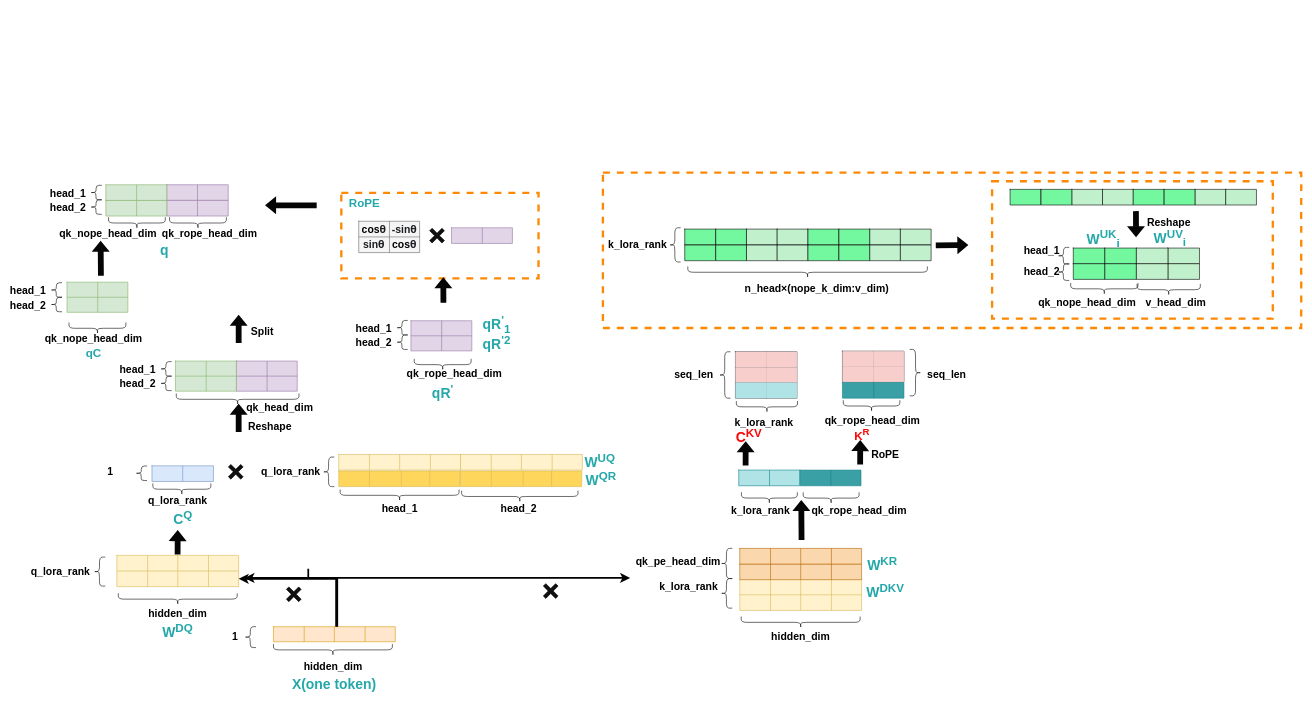
zty-king/zty-king keeps this draw.io diagram as drawio_images/MLA.drawio. Above is the earlier version. Source tidied: cells renumbered, new cells numbered last; positions are measured from the earlier drawing's top-left corner, leaving out a move shared by most shapes. Both pictures are drawn from the tidied source at 58%, with x=0, y=0 at pixel (10, 152).
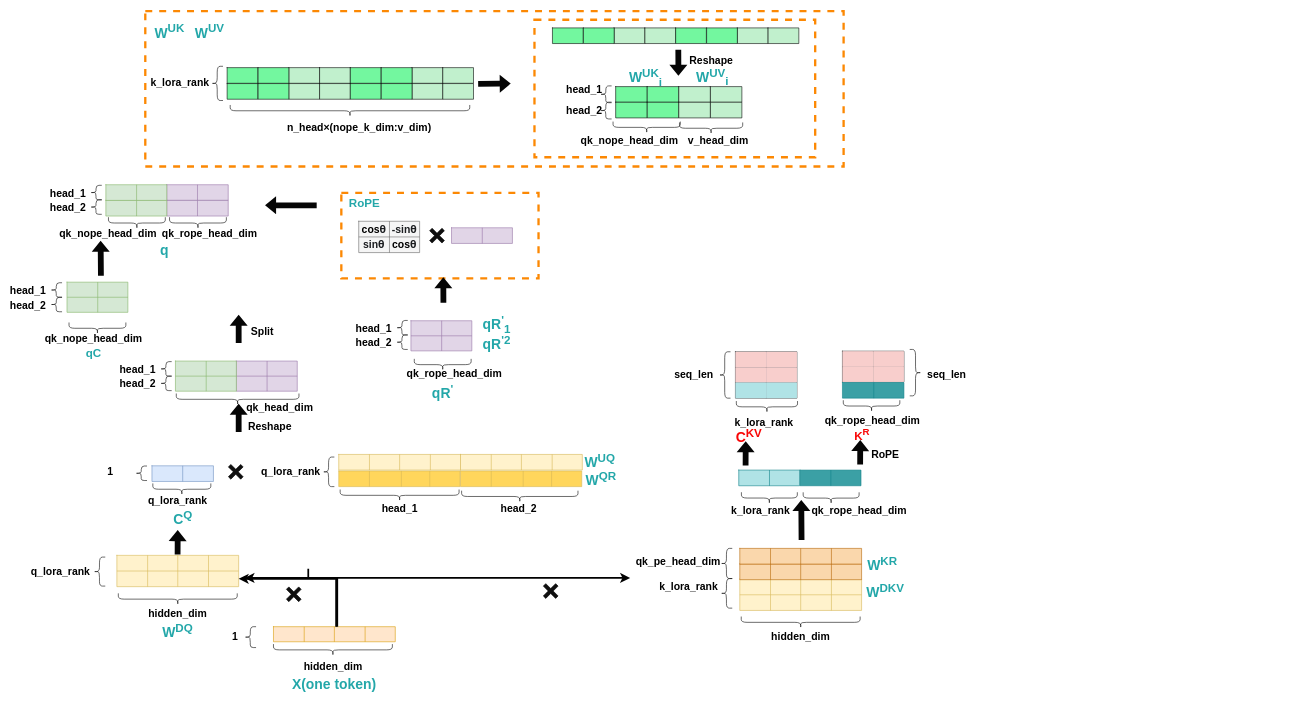
The same page after the edit.

The edit, as a diff of the source:
```diff
@@
     <mxCell id="2" style="rounded=0;whiteSpace=wrap;html=1;fillColor=none;strokeColor=light-dark(#fc8803, #ededed);strokeWidth=4;dashed=1;" parent="1" vertex="1">
-      <mxGeometry x="1021" y="35" width="1204" height="268" as="geometry" />
+      <mxGeometry x="232" y="-243.4" width="1204" height="268" as="geometry" />
     </mxCell>
@@
     <mxCell id="101" style="shape=table;startSize=0;childLayout=tableLayout;fontSize=16;fillColor=light-dark(#73f79f, #281d00);strokeColor=default;" parent="1" vertex="1">
-      <mxGeometry x="1162.1" y="132.5" width="53" height="27" as="geometry" />
+      <mxGeometry x="373.1" y="-145.9" width="53" height="27" as="geometry" />
     </mxCell>
@@
     <mxCell id="244" style="shape=curlyBracket;whiteSpace=wrap;html=1;rounded=1;labelPosition=left;verticalLabelPosition=middle;align=right;verticalAlign=middle;rotation=-90;" parent="1" vertex="1">
-      <mxGeometry x="1363.9" y="0.4" width="20" height="413" as="geometry" />
+      <mxGeometry x="574.9" y="-278" width="20" height="413" as="geometry" />
     </mxCell>
     <mxCell id="245" style="shape=curlyBracket;whiteSpace=wrap;html=1;rounded=1;labelPosition=left;verticalLabelPosition=middle;align=right;verticalAlign=middle;rotation=0;" parent="1" vertex="1">
-      <mxGeometry x="1135" y="130.2" width="20" height="59" as="geometry" />
+      <mxGeometry x="346" y="-148.2" width="20" height="59" as="geometry" />
     </mxCell>
     <mxCell id="246" value="&lt;span style=&quot;font-size: 18px;&quot;&gt;&lt;b&gt;k_lora_rank&lt;/b&gt;&lt;/span&gt;" style="text;html=1;whiteSpace=wrap;strokeColor=none;fillColor=none;align=center;verticalAlign=middle;rounded=0;" parent="1" vertex="1">
-      <mxGeometry x="1051" y="144.7" width="60" height="30" as="geometry" />
+      <mxGeometry x="262" y="-133.7" width="60" height="30" as="geometry" />
     </mxCell>
     <mxCell id="247" value="&lt;span style=&quot;font-size: 18px;&quot;&gt;&lt;b&gt;n_head×(nope_k_dim:v_dim)&lt;/b&gt;&lt;/span&gt;" style="text;html=1;whiteSpace=wrap;strokeColor=none;fillColor=none;align=center;verticalAlign=middle;rounded=0;" parent="1" vertex="1">
-      <mxGeometry x="1359.6" y="221.3" width="60" height="30" as="geometry" />
+      <mxGeometry x="570.6" y="-57.1" width="60" height="30" as="geometry" />
     </mxCell>
     <mxCell id="248" style="shape=table;startSize=0;childLayout=tableLayout;fontSize=16;fillColor=light-dark(#c1f0cd, #281d00);strokeColor=default;" parent="1" vertex="1">
-      <mxGeometry x="1268.5" y="132.5" width="53" height="27" as="geometry" />
+      <mxGeometry x="479.5" y="-145.9" width="53" height="27" as="geometry" />
     </mxCell>
@@
     <mxCell id="251" style="shape=table;startSize=0;childLayout=tableLayout;fontSize=16;fillColor=light-dark(#73f79f, #281d00);strokeColor=default;" parent="1" vertex="1">
-      <mxGeometry x="1215.5" y="132.5" width="53" height="27" as="geometry" />
+      <mxGeometry x="426.5" y="-145.9" width="53" height="27" as="geometry" />
     </mxCell>
@@
     <mxCell id="254" style="shape=table;startSize=0;childLayout=tableLayout;fontSize=16;fillColor=light-dark(#c1f0cd, #281d00);strokeColor=default;" parent="1" vertex="1">
-      <mxGeometry x="1321.5" y="132.5" width="53" height="27" as="geometry" />
+      <mxGeometry x="532.5" y="-145.9" width="53" height="27" as="geometry" />
     </mxCell>
@@
     <mxCell id="257" style="shape=table;startSize=0;childLayout=tableLayout;fontSize=16;fillColor=light-dark(#73f79f, #281d00);strokeColor=default;" parent="1" vertex="1">
-      <mxGeometry x="1162.1" y="160" width="53" height="27" as="geometry" />
+      <mxGeometry x="373.1" y="-118.4" width="53" height="27" as="geometry" />
     </mxCell>
@@
     <mxCell id="260" style="shape=table;startSize=0;childLayout=tableLayout;fontSize=16;fillColor=light-dark(#c1f0cd, #281d00);strokeColor=default;" parent="1" vertex="1">
-      <mxGeometry x="1268.5" y="160" width="53" height="27" as="geometry" />
+      <mxGeometry x="479.5" y="-118.4" width="53" height="27" as="geometry" />
     </mxCell>
@@
     <mxCell id="263" style="shape=table;startSize=0;childLayout=tableLayout;fontSize=16;fillColor=light-dark(#73f79f, #281d00);strokeColor=default;" parent="1" vertex="1">
-      <mxGeometry x="1215.5" y="160" width="53" height="27" as="geometry" />
+      <mxGeometry x="426.5" y="-118.4" width="53" height="27" as="geometry" />
     </mxCell>
@@
     <mxCell id="266" style="shape=table;startSize=0;childLayout=tableLayout;fontSize=16;fillColor=light-dark(#c1f0cd, #281d00);strokeColor=default;" parent="1" vertex="1">
-      <mxGeometry x="1321.5" y="160" width="53" height="27" as="geometry" />
+      <mxGeometry x="532.5" y="-118.4" width="53" height="27" as="geometry" />
     </mxCell>
@@
     <mxCell id="269" style="shape=flexArrow;endArrow=classic;html=1;rounded=0;strokeColor=none;fillColor=light-dark(#050505, #ededed);" parent="1" edge="1">
       <mxGeometry relative="1" as="geometry">
-        <mxPoint x="1594.4" y="160.5" as="sourcePoint" />
-        <mxPoint x="1651.6" y="160" as="targetPoint" />
+        <mxPoint x="805.4" y="-117.9" as="sourcePoint" />
+        <mxPoint x="862.6" y="-118.4" as="targetPoint" />
       </mxGeometry>
     </mxCell>
@@
     <mxCell id="283" style="shape=table;startSize=0;childLayout=tableLayout;fontSize=16;fillColor=light-dark(#73f79f, #281d00);strokeColor=default;" parent="1" vertex="1">
-      <mxGeometry x="1374.5" y="132.5" width="53" height="27" as="geometry" />
+      <mxGeometry x="585.5" y="-145.9" width="53" height="27" as="geometry" />
     </mxCell>
@@
     <mxCell id="286" style="shape=table;startSize=0;childLayout=tableLayout;fontSize=16;fillColor=light-dark(#c1f0cd, #281d00);strokeColor=default;" parent="1" vertex="1">
-      <mxGeometry x="1480.9" y="132.5" width="53" height="27" as="geometry" />
+      <mxGeometry x="691.9" y="-145.9" width="53" height="27" as="geometry" />
     </mxCell>
@@
     <mxCell id="289" style="shape=table;startSize=0;childLayout=tableLayout;fontSize=16;fillColor=light-dark(#73f79f, #281d00);strokeColor=default;" parent="1" vertex="1">
-      <mxGeometry x="1427.9" y="132.5" width="53" height="27" as="geometry" />
+      <mxGeometry x="638.9" y="-145.9" width="53" height="27" as="geometry" />
     </mxCell>
@@
     <mxCell id="292" style="shape=table;startSize=0;childLayout=tableLayout;fontSize=16;fillColor=light-dark(#c1f0cd, #281d00);strokeColor=default;" parent="1" vertex="1">
-      <mxGeometry x="1533.9" y="132.5" width="53" height="27" as="geometry" />
+      <mxGeometry x="744.9" y="-145.9" width="53" height="27" as="geometry" />
     </mxCell>
@@
     <mxCell id="295" style="shape=table;startSize=0;childLayout=tableLayout;fontSize=16;fillColor=light-dark(#73f79f, #281d00);strokeColor=default;" parent="1" vertex="1">
-      <mxGeometry x="1374.5" y="160" width="53" height="27" as="geometry" />
+      <mxGeometry x="585.5" y="-118.4" width="53" height="27" as="geometry" />
     </mxCell>
@@
     <mxCell id="298" style="shape=table;startSize=0;childLayout=tableLayout;fontSize=16;fillColor=light-dark(#c1f0cd, #281d00);strokeColor=default;" parent="1" vertex="1">
-      <mxGeometry x="1480.9" y="160" width="53" height="27" as="geometry" />
+      <mxGeometry x="691.9" y="-118.4" width="53" height="27" as="geometry" />
     </mxCell>
@@
     <mxCell id="301" style="shape=table;startSize=0;childLayout=tableLayout;fontSize=16;fillColor=light-dark(#73f79f, #281d00);strokeColor=default;" parent="1" vertex="1">
-      <mxGeometry x="1427.9" y="160" width="53" height="27" as="geometry" />
+      <mxGeometry x="638.9" y="-118.4" width="53" height="27" as="geometry" />
     </mxCell>
@@
     <mxCell id="304" style="shape=table;startSize=0;childLayout=tableLayout;fontSize=16;fillColor=light-dark(#c1f0cd, #281d00);strokeColor=default;" parent="1" vertex="1">
-      <mxGeometry x="1533.9" y="160" width="53" height="27" as="geometry" />
+      <mxGeometry x="744.9" y="-118.4" width="53" height="27" as="geometry" />
     </mxCell>
@@
     <mxCell id="307" style="group;" parent="1" vertex="1">
-      <mxGeometry x="1723" y="64" width="424.8" height="27" as="geometry" />
+      <mxGeometry x="934" y="-214.4" width="424.8" height="27" as="geometry" />
     </mxCell>
@@
     <mxCell id="332" style="shape=flexArrow;endArrow=classic;html=1;rounded=0;strokeColor=none;fillColor=light-dark(#050505, #ededed);" parent="1" edge="1">
       <mxGeometry relative="1" as="geometry">
-        <mxPoint x="1940" y="101" as="sourcePoint" />
-        <mxPoint x="1940.2" y="147" as="targetPoint" />
+        <mxPoint x="1151" y="-177.4" as="sourcePoint" />
+        <mxPoint x="1151.2" y="-131.4" as="targetPoint" />
       </mxGeometry>
     </mxCell>
     <mxCell id="333" style="shape=table;startSize=0;childLayout=tableLayout;fontSize=16;fillColor=light-dark(#73f79f, #281d00);strokeColor=default;" parent="1" vertex="1">
-      <mxGeometry x="1832" y="165.2" width="54.4" height="27" as="geometry" />
+      <mxGeometry x="1043" y="-113.2" width="54.4" height="27" as="geometry" />
     </mxCell>
@@
     <mxCell id="336" style="shape=table;startSize=0;childLayout=tableLayout;fontSize=16;fillColor=light-dark(#73f79f, #281d00);strokeColor=default;" parent="1" vertex="1">
-      <mxGeometry x="1832" y="192.2" width="54.4" height="27" as="geometry" />
+      <mxGeometry x="1043" y="-86.2" width="54.4" height="27" as="geometry" />
     </mxCell>
@@
     <mxCell id="339" style="shape=table;startSize=0;childLayout=tableLayout;fontSize=16;fillColor=light-dark(#c1f0cd, #281d00);strokeColor=default;" parent="1" vertex="1">
-      <mxGeometry x="1995.2" y="165.2" width="54.4" height="27" as="geometry" />
+      <mxGeometry x="1206.2" y="-113.2" width="54.4" height="27" as="geometry" />
     </mxCell>
@@
     <mxCell id="342" style="shape=table;startSize=0;childLayout=tableLayout;fontSize=16;fillColor=light-dark(#c1f0cd, #281d00);strokeColor=default;" parent="1" vertex="1">
-      <mxGeometry x="1995.2" y="192.2" width="54.4" height="27" as="geometry" />
+      <mxGeometry x="1206.2" y="-86.2" width="54.4" height="27" as="geometry" />
     </mxCell>
@@
     <mxCell id="345" style="shape=table;startSize=0;childLayout=tableLayout;fontSize=16;fillColor=light-dark(#73f79f, #281d00);strokeColor=default;" parent="1" vertex="1">
-      <mxGeometry x="1886.4" y="165.2" width="54.4" height="27" as="geometry" />
+      <mxGeometry x="1097.4" y="-113.2" width="54.4" height="27" as="geometry" />
     </mxCell>
@@
     <mxCell id="348" style="shape=table;startSize=0;childLayout=tableLayout;fontSize=16;fillColor=light-dark(#73f79f, #281d00);strokeColor=default;" parent="1" vertex="1">
-      <mxGeometry x="1886.4" y="192.2" width="54.4" height="27" as="geometry" />
+      <mxGeometry x="1097.4" y="-86.2" width="54.4" height="27" as="geometry" />
     </mxCell>
@@
     <mxCell id="351" style="shape=table;startSize=0;childLayout=tableLayout;fontSize=16;fillColor=light-dark(#c1f0cd, #281d00);strokeColor=default;" parent="1" vertex="1">
-      <mxGeometry x="1940.8" y="165.2" width="54.4" height="27" as="geometry" />
+      <mxGeometry x="1151.8" y="-113.2" width="54.4" height="27" as="geometry" />
     </mxCell>
@@
     <mxCell id="354" style="shape=table;startSize=0;childLayout=tableLayout;fontSize=16;fillColor=light-dark(#c1f0cd, #281d00);strokeColor=default;" parent="1" vertex="1">
-      <mxGeometry x="1940.8" y="192.2" width="54.4" height="27" as="geometry" />
+      <mxGeometry x="1151.8" y="-86.2" width="54.4" height="27" as="geometry" />
     </mxCell>
@@
     <mxCell id="357" style="shape=curlyBracket;whiteSpace=wrap;html=1;rounded=1;labelPosition=left;verticalLabelPosition=middle;align=right;verticalAlign=middle;rotation=0;" parent="1" vertex="1">
-      <mxGeometry x="1805" y="164" width="20" height="29" as="geometry" />
+      <mxGeometry x="1016" y="-114.4" width="20" height="29" as="geometry" />
     </mxCell>
     <mxCell id="358" value="&lt;span style=&quot;font-size: 18px;&quot;&gt;&lt;b&gt;head_1&lt;/b&gt;&lt;/span&gt;" style="text;html=1;whiteSpace=wrap;strokeColor=none;fillColor=none;align=center;verticalAlign=middle;rounded=0;" parent="1" vertex="1">
-      <mxGeometry x="1748" y="155" width="60" height="30" as="geometry" />
+      <mxGeometry x="959" y="-123.4" width="60" height="30" as="geometry" />
     </mxCell>
     <mxCell id="359" style="shape=curlyBracket;whiteSpace=wrap;html=1;rounded=1;labelPosition=left;verticalLabelPosition=middle;align=right;verticalAlign=middle;rotation=0;" parent="1" vertex="1">
-      <mxGeometry x="1805" y="192" width="20" height="29" as="geometry" />
+      <mxGeometry x="1016" y="-86.4" width="20" height="29" as="geometry" />
     </mxCell>
     <mxCell id="360" value="&lt;span style=&quot;font-size: 18px;&quot;&gt;&lt;b&gt;head_2&lt;/b&gt;&lt;/span&gt;" style="text;html=1;whiteSpace=wrap;strokeColor=none;fillColor=none;align=center;verticalAlign=middle;rounded=0;" parent="1" vertex="1">
-      <mxGeometry x="1748" y="192" width="60" height="30" as="geometry" />
+      <mxGeometry x="959" y="-86.4" width="60" height="30" as="geometry" />
     </mxCell>
     <mxCell id="361" value="&lt;span style=&quot;font-size: 18px;&quot;&gt;&lt;b&gt;Reshape&lt;/b&gt;&lt;/span&gt;" style="text;html=1;whiteSpace=wrap;strokeColor=none;fillColor=none;align=center;verticalAlign=middle;rounded=0;" parent="1" vertex="1">
-      <mxGeometry x="1967" y="105.5" width="60" height="30" as="geometry" />
+      <mxGeometry x="1178" y="-172.9" width="60" height="30" as="geometry" />
     </mxCell>
     <mxCell id="362" style="shape=curlyBracket;whiteSpace=wrap;html=1;rounded=1;labelPosition=left;verticalLabelPosition=middle;align=right;verticalAlign=middle;rotation=-90;" parent="1" vertex="1">
-      <mxGeometry x="1875.5" y="177.5" width="20" height="116" as="geometry" />
+      <mxGeometry x="1086.5" y="-100.9" width="20" height="116" as="geometry" />
     </mxCell>
     <mxCell id="363" style="shape=curlyBracket;whiteSpace=wrap;html=1;rounded=1;labelPosition=left;verticalLabelPosition=middle;align=right;verticalAlign=middle;rotation=-90;" parent="1" vertex="1">
-      <mxGeometry x="1986.5" y="182.5" width="20" height="109" as="geometry" />
+      <mxGeometry x="1197.5" y="-95.9" width="20" height="109" as="geometry" />
     </mxCell>
     <mxCell id="364" value="&lt;font style=&quot;font-size: 18px;&quot;&gt;&lt;b style=&quot;&quot;&gt;qk_nope_head_dim&lt;/b&gt;&lt;/font&gt;" style="text;html=1;whiteSpace=wrap;strokeColor=none;fillColor=none;align=center;verticalAlign=middle;rounded=0;" parent="1" vertex="1">
-      <mxGeometry x="1825" y="244" width="62" height="30.5" as="geometry" />
+      <mxGeometry x="1036" y="-34.4" width="62" height="30.5" as="geometry" />
     </mxCell>
     <mxCell id="365" value="&lt;font style=&quot;font-size: 18px;&quot;&gt;&lt;b style=&quot;&quot;&gt;v_head_dim&lt;/b&gt;&lt;/font&gt;" style="text;html=1;whiteSpace=wrap;strokeColor=none;fillColor=none;align=center;verticalAlign=middle;rounded=0;" parent="1" vertex="1">
-      <mxGeometry x="1978" y="244" width="62" height="30.5" as="geometry" />
+      <mxGeometry x="1189" y="-34.4" width="62" height="30.5" as="geometry" />
     </mxCell>
     <mxCell id="366" style="rounded=0;whiteSpace=wrap;html=1;fillColor=none;strokeColor=light-dark(#fc8803, #ededed);strokeWidth=4;dashed=1;" parent="1" vertex="1">
-      <mxGeometry x="1692" y="50" width="484" height="237" as="geometry" />
+      <mxGeometry x="903" y="-228.4" width="484" height="237" as="geometry" />
     </mxCell>
     <mxCell id="367" value="&lt;font style=&quot;color: light-dark(rgb(35, 167, 169), rgb(0, 113, 110));&quot;&gt;&lt;span style=&quot;font-size: 24px;&quot;&gt;&lt;b style=&quot;&quot;&gt;W&lt;sup&gt;UK&lt;/sup&gt;&lt;sub&gt;i&lt;/sub&gt;&lt;/b&gt;&lt;/span&gt;&lt;/font&gt;" style="text;html=1;whiteSpace=wrap;strokeColor=none;fillColor=none;align=center;verticalAlign=middle;rounded=0;" parent="1" vertex="1">
-      <mxGeometry x="1854" y="134" width="60" height="30" as="geometry" />
+      <mxGeometry x="1065" y="-144.4" width="60" height="30" as="geometry" />
     </mxCell>
     <mxCell id="368" value="&lt;font style=&quot;color: light-dark(rgb(35, 167, 169), rgb(0, 113, 110));&quot;&gt;&lt;span style=&quot;font-size: 24px;&quot;&gt;&lt;b style=&quot;&quot;&gt;W&lt;sup&gt;UV&lt;/sup&gt;&lt;sub&gt;i&lt;/sub&gt;&lt;/b&gt;&lt;/span&gt;&lt;/font&gt;" style="text;html=1;whiteSpace=wrap;strokeColor=none;fillColor=none;align=center;verticalAlign=middle;rounded=0;" parent="1" vertex="1">
-      <mxGeometry x="1969" y="133" width="60" height="30" as="geometry" />
+      <mxGeometry x="1180" y="-145.4" width="60" height="30" as="geometry" />
     </mxCell>
+    <mxCell id="369" value="&lt;font style=&quot;color: light-dark(rgb(35, 167, 169), rgb(0, 113, 110));&quot;&gt;&lt;span style=&quot;font-size: 24px;&quot;&gt;&lt;b style=&quot;&quot;&gt;W&lt;sup&gt;UK&lt;/sup&gt;&lt;/b&gt;&lt;/span&gt;&lt;/font&gt;" style="text;html=1;whiteSpace=wrap;strokeColor=none;fillColor=none;align=center;verticalAlign=middle;rounded=0;" parent="1" vertex="1">
+      <mxGeometry x="243.5" y="-223" width="60" height="30" as="geometry" />
+    </mxCell>
+    <mxCell id="370" value="&lt;font style=&quot;color: light-dark(rgb(35, 167, 169), rgb(0, 113, 110));&quot;&gt;&lt;span style=&quot;font-size: 24px;&quot;&gt;&lt;b style=&quot;&quot;&gt;W&lt;sup&gt;UV&lt;/sup&gt;&lt;/b&gt;&lt;/span&gt;&lt;/font&gt;" style="text;html=1;whiteSpace=wrap;strokeColor=none;fillColor=none;align=center;verticalAlign=middle;rounded=0;" parent="1" vertex="1">
+      <mxGeometry x="313.1" y="-223" width="60" height="30" as="geometry" />
+    </mxCell>
```
